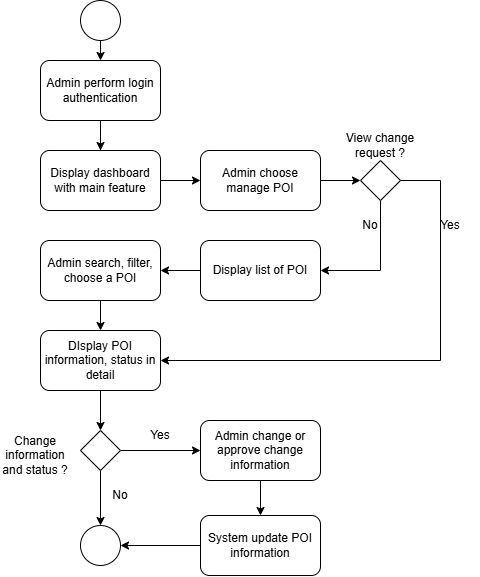
Earlier version of the draw.io export PRD/User story/Diagrams/UC12_activity.png (Noir-Goose/Nhom5_CNPM). Source tidied: cells renumbered, new cells last; positions are measured from the earlier drawing's top-left corner, leaving out a move shared by most shapes.
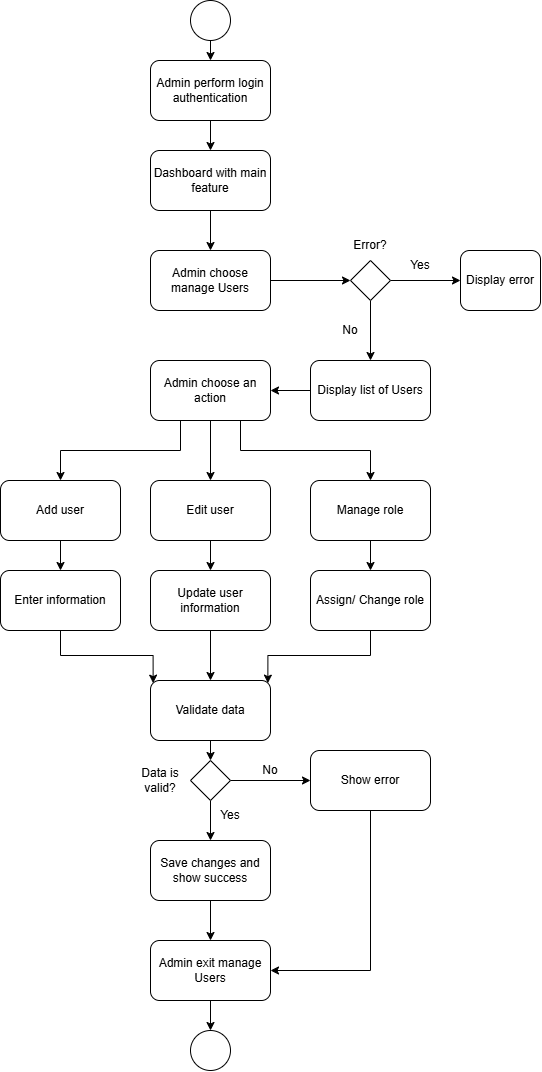
After the commit.

What changed in the source:
```diff
@@ -2,110 +2,149 @@
   <root>
     <mxCell id="0" />
     <mxCell id="1" parent="0" />
-    <mxCell id="2" style="edgeStyle=orthogonalEdgeStyle;rounded=0;jettySize=auto;html=1;exitX=0.5;exitY=1;exitDx=0;exitDy=0;entryX=0.5;entryY=0;entryDx=0;entryDy=0;" parent="1" edge="1" source="3" target="5">
-      <mxGeometry relative="1" as="geometry" />
-    </mxCell>
-    <mxCell id="3" style="ellipse;whiteSpace=wrap;html=1;shapeInside=1;" parent="1" vertex="1">
-      <mxGeometry x="80" width="40" height="40" as="geometry" />
-    </mxCell>
-    <mxCell id="4" style="edgeStyle=orthogonalEdgeStyle;rounded=0;jettySize=auto;html=1;" parent="1" edge="1" source="5" target="6">
-      <mxGeometry relative="1" as="geometry" />
-    </mxCell>
+    <mxCell id="34" style="edgeStyle=orthogonalEdgeStyle;rounded=0;jettySize=auto;html=1;exitX=0.5;exitY=1;exitDx=0;exitDy=0;entryX=0.5;entryY=0;entryDx=0;entryDy=0;" parent="1" edge="1" source="35" target="5">
+      <mxGeometry relative="1" as="geometry" />
+    </mxCell>
+    <mxCell id="35" style="ellipse;whiteSpace=wrap;html=1;shapeInside=1;" parent="1" vertex="1">
+      <mxGeometry x="80" width="40" height="40" as="geometry" />
+    </mxCell>
+    <mxCell id="36" style="edgeStyle=orthogonalEdgeStyle;rounded=0;jettySize=auto;html=1;exitX=0.5;exitY=1;exitDx=0;exitDy=0;entryX=0.5;entryY=0;entryDx=0;entryDy=0;" parent="1" edge="1" source="5" target="38">
+      <mxGeometry relative="1" as="geometry" />
+    </mxCell>
     <mxCell id="5" value="Admin perform login authentication" style="rounded=1;whiteSpace=wrap;html=1;roundedPerimeter=1;" parent="1" vertex="1">
       <mxGeometry x="40" y="60" width="120" height="60" as="geometry" />
     </mxCell>
-    <mxCell id="6" value="Display dashboard with main feature" style="rounded=1;whiteSpace=wrap;html=1;roundedPerimeter=1;" parent="1" vertex="1">
-      <mxGeometry x="40" y="150" width="120" height="60" as="geometry" />
-    </mxCell>
-    <mxCell id="7" style="endArrow=none;html=1;rounded=0;entryX=0.5;entryY=1;entryDx=0;entryDy=0;exitX=0.5;exitY=0;exitDx=0;exitDy=0;endFill=0;" parent="1" edge="1" source="6" target="5">
-      <mxGeometry relative="1" as="geometry" />
-    </mxCell>
-    <mxCell id="8" value="Admin choose manage POI" style="rounded=1;whiteSpace=wrap;html=1;roundedPerimeter=1;" parent="1" vertex="1">
-      <mxGeometry x="200" y="150" width="120" height="60" as="geometry" />
-    </mxCell>
-    <mxCell id="9" style="endArrow=classic;html=1;rounded=0;exitX=1;exitY=0.5;exitDx=0;exitDy=0;entryX=0;entryY=0.5;entryDx=0;entryDy=0;" parent="1" edge="1" source="6" target="8">
-      <mxGeometry relative="1" as="geometry" />
-    </mxCell>
-    <mxCell id="10" value="Display list of POI" style="rounded=1;whiteSpace=wrap;html=1;roundedPerimeter=1;" parent="1" vertex="1">
-      <mxGeometry x="200" y="240" width="120" height="60" as="geometry" />
-    </mxCell>
-    <mxCell id="11" style="endArrow=classic;html=1;rounded=0;exitX=0.5;exitY=1;exitDx=0;exitDy=0;entryX=1;entryY=0.5;entryDx=0;entryDy=0;" parent="1" edge="1" source="28" target="10">
-      <mxGeometry x="0.25" relative="1" as="geometry">
-        <Array as="points">
-          <mxPoint x="380" y="270" />
-        </Array>
-      </mxGeometry>
-    </mxCell>
-    <mxCell id="12" style="edgeStyle=orthogonalEdgeStyle;rounded=0;jettySize=auto;html=1;exitX=0.5;exitY=1;exitDx=0;exitDy=0;entryX=0.5;entryY=0;entryDx=0;entryDy=0;" parent="1" edge="1" source="13" target="14">
-      <mxGeometry relative="1" as="geometry" />
-    </mxCell>
-    <mxCell id="13" value="Admin search, filter, choose a POI" style="rounded=1;whiteSpace=wrap;html=1;roundedPerimeter=1;" parent="1" vertex="1">
-      <mxGeometry x="40" y="240" width="120" height="60" as="geometry" />
-    </mxCell>
-    <mxCell id="14" value="DIsplay POI information, status in detail" style="rounded=1;whiteSpace=wrap;html=1;roundedPerimeter=1;" parent="1" vertex="1">
-      <mxGeometry x="40" y="330" width="120" height="60" as="geometry" />
-    </mxCell>
-    <mxCell id="15" style="endArrow=classic;html=1;rounded=0;exitX=0.5;exitY=1;exitDx=0;exitDy=0;entryX=0.5;entryY=0;entryDx=0;entryDy=0;" parent="1" edge="1" source="14" target="20">
-      <mxGeometry relative="1" as="geometry" />
-    </mxCell>
-    <mxCell id="16" style="edgeStyle=orthogonalEdgeStyle;rounded=0;jettySize=auto;html=1;exitX=0.5;exitY=1;exitDx=0;exitDy=0;entryX=0.5;entryY=0;entryDx=0;entryDy=0;" parent="1" edge="1" source="17" target="24">
-      <mxGeometry relative="1" as="geometry" />
-    </mxCell>
-    <mxCell id="17" value="Admin change or approve change information" style="rounded=1;whiteSpace=wrap;html=1;roundedPerimeter=1;" parent="1" vertex="1">
-      <mxGeometry x="200" y="420" width="120" height="60" as="geometry" />
-    </mxCell>
-    <mxCell id="18" style="edgeStyle=orthogonalEdgeStyle;rounded=0;jettySize=auto;html=1;exitX=1;exitY=0.5;exitDx=0;exitDy=0;entryX=0;entryY=0.5;entryDx=0;entryDy=0;" parent="1" edge="1" source="20" target="17">
-      <mxGeometry relative="1" as="geometry" />
-    </mxCell>
-    <mxCell id="19" style="edgeStyle=orthogonalEdgeStyle;rounded=0;jettySize=auto;html=1;exitX=0.5;exitY=1;exitDx=0;exitDy=0;entryX=0.5;entryY=0;entryDx=0;entryDy=0;" parent="1" edge="1" source="20" target="25">
-      <mxGeometry relative="1" as="geometry" />
-    </mxCell>
-    <mxCell id="20" style="rhombus;whiteSpace=wrap;html=1;shapeInside=1;" parent="1" vertex="1">
-      <mxGeometry x="80" y="430" width="40" height="40" as="geometry" />
-    </mxCell>
-    <mxCell id="21" value="Change information&lt;br&gt;and status ?" style="text;html=1;whiteSpace=wrap;strokeColor=none;fillColor=none;align=center;verticalAlign=middle;rounded=0;" parent="1" vertex="1">
-      <mxGeometry y="440" width="70" height="30" as="geometry" />
-    </mxCell>
-    <mxCell id="22" value="Yes" style="text;html=1;whiteSpace=wrap;strokeColor=none;fillColor=none;align=center;verticalAlign=middle;rounded=0;" parent="1" vertex="1">
-      <mxGeometry x="130" y="420" width="60" height="30" as="geometry" />
-    </mxCell>
-    <mxCell id="23" style="edgeStyle=orthogonalEdgeStyle;rounded=0;jettySize=auto;html=1;exitX=0;exitY=0.5;exitDx=0;exitDy=0;entryX=1;entryY=0.5;entryDx=0;entryDy=0;" parent="1" edge="1" source="24" target="25">
-      <mxGeometry relative="1" as="geometry" />
-    </mxCell>
-    <mxCell id="24" value="System update POI information" style="rounded=1;whiteSpace=wrap;html=1;roundedPerimeter=1;" parent="1" vertex="1">
-      <mxGeometry x="200" y="515" width="120" height="60" as="geometry" />
-    </mxCell>
-    <mxCell id="25" style="ellipse;whiteSpace=wrap;html=1;shapeInside=1;" parent="1" vertex="1">
-      <mxGeometry x="80" y="525" width="40" height="40" as="geometry" />
-    </mxCell>
-    <mxCell id="26" value="No" style="text;html=1;whiteSpace=wrap;strokeColor=none;fillColor=none;align=center;verticalAlign=middle;rounded=0;" parent="1" vertex="1">
-      <mxGeometry x="90" y="480" width="60" height="30" as="geometry" />
-    </mxCell>
-    <mxCell id="27" style="endArrow=classic;html=1;rounded=0;entryX=1;entryY=0.5;entryDx=0;entryDy=0;exitX=0;exitY=0.5;exitDx=0;exitDy=0;" parent="1" edge="1" source="10" target="13">
-      <mxGeometry relative="1" as="geometry" />
-    </mxCell>
-    <mxCell id="28" style="rhombus;whiteSpace=wrap;html=1;shapeInside=1;" parent="1" vertex="1">
-      <mxGeometry x="360" y="160" width="40" height="40" as="geometry" />
-    </mxCell>
-    <mxCell id="29" style="endArrow=classic;html=1;rounded=0;exitX=1;exitY=0.5;exitDx=0;exitDy=0;entryX=0;entryY=0.5;entryDx=0;entryDy=0;" parent="1" edge="1" source="8" target="28">
-      <mxGeometry relative="1" as="geometry" />
-    </mxCell>
-    <mxCell id="30" style="endArrow=classic;html=1;rounded=0;exitX=1;exitY=0.5;exitDx=0;exitDy=0;entryX=1;entryY=0.5;entryDx=0;entryDy=0;" parent="1" edge="1" source="28" target="14">
-      <mxGeometry x="-0.14" relative="1" as="geometry">
-        <Array as="points">
-          <mxPoint x="440" y="180" />
-          <mxPoint x="440" y="360" />
-        </Array>
-      </mxGeometry>
-    </mxCell>
-    <mxCell id="31" value="View change request ?" style="text;html=1;whiteSpace=wrap;strokeColor=none;fillColor=none;align=center;verticalAlign=middle;rounded=0;" parent="1" vertex="1">
-      <mxGeometry x="340" y="130" width="80" height="30" as="geometry" />
-    </mxCell>
-    <mxCell id="32" value="No" style="text;html=1;whiteSpace=wrap;strokeColor=none;fillColor=none;align=center;verticalAlign=middle;rounded=0;" parent="1" vertex="1">
-      <mxGeometry x="340" y="210" width="60" height="30" as="geometry" />
-    </mxCell>
-    <mxCell id="33" value="Yes" style="text;html=1;whiteSpace=wrap;strokeColor=none;fillColor=none;align=center;verticalAlign=middle;rounded=0;" parent="1" vertex="1">
-      <mxGeometry x="420" y="210" width="60" height="30" as="geometry" />
-    </mxCell>
+    <mxCell id="37" style="edgeStyle=orthogonalEdgeStyle;rounded=0;jettySize=auto;html=1;exitX=0.5;exitY=1;exitDx=0;exitDy=0;entryX=0.5;entryY=0;entryDx=0;entryDy=0;" parent="1" edge="1" source="38" target="40">
+      <mxGeometry relative="1" as="geometry" />
+    </mxCell>
+    <mxCell id="38" value="Dashboard with main feature" style="rounded=1;whiteSpace=wrap;html=1;roundedPerimeter=1;" parent="1" vertex="1">
+      <mxGeometry x="40" y="150" width="120" height="60" as="geometry" />
+    </mxCell>
+    <mxCell id="39" style="edgeStyle=orthogonalEdgeStyle;rounded=0;jettySize=auto;html=1;exitX=1;exitY=0.5;exitDx=0;exitDy=0;entryX=0;entryY=0.5;entryDx=0;entryDy=0;" parent="1" edge="1" source="40" target="76">
+      <mxGeometry relative="1" as="geometry" />
+    </mxCell>
+    <mxCell id="40" value="Admin choose manage Users" style="rounded=1;whiteSpace=wrap;html=1;roundedPerimeter=1;" parent="1" vertex="1">
+      <mxGeometry x="40" y="250" width="120" height="60" as="geometry" />
+    </mxCell>
+    <mxCell id="41" style="edgeStyle=orthogonalEdgeStyle;rounded=0;jettySize=auto;html=1;exitX=0;exitY=0.5;exitDx=0;exitDy=0;entryX=1;entryY=0.5;entryDx=0;entryDy=0;" parent="1" edge="1" source="42" target="46">
+      <mxGeometry relative="1" as="geometry" />
+    </mxCell>
+    <mxCell id="42" value="Display list of Users" style="rounded=1;whiteSpace=wrap;html=1;roundedPerimeter=1;" parent="1" vertex="1">
+      <mxGeometry x="200" y="360" width="120" height="60" as="geometry" />
+    </mxCell>
+    <mxCell id="43" style="edgeStyle=orthogonalEdgeStyle;rounded=0;jettySize=auto;html=1;exitX=0.5;exitY=1;exitDx=0;exitDy=0;entryX=0.5;entryY=0;entryDx=0;entryDy=0;" parent="1" edge="1" source="46" target="51">
+      <mxGeometry relative="1" as="geometry" />
+    </mxCell>
+    <mxCell id="44" style="edgeStyle=orthogonalEdgeStyle;rounded=0;jettySize=auto;html=1;exitX=0.75;exitY=1;exitDx=0;exitDy=0;entryX=0.5;entryY=0;entryDx=0;entryDy=0;" parent="1" edge="1" source="46" target="53">
+      <mxGeometry relative="1" as="geometry" />
+    </mxCell>
+    <mxCell id="45" style="edgeStyle=orthogonalEdgeStyle;rounded=0;jettySize=auto;html=1;exitX=0.25;exitY=1;exitDx=0;exitDy=0;entryX=0.5;entryY=0;entryDx=0;entryDy=0;" parent="1" edge="1" source="46" target="49">
+      <mxGeometry relative="1" as="geometry" />
+    </mxCell>
+    <mxCell id="46" value="Admin choose an action" style="rounded=1;whiteSpace=wrap;html=1;roundedPerimeter=1;" parent="1" vertex="1">
+      <mxGeometry x="40" y="360" width="120" height="60" as="geometry" />
+    </mxCell>
+    <mxCell id="47" style="ellipse;whiteSpace=wrap;html=1;shapeInside=1;" parent="1" vertex="1">
+      <mxGeometry x="80" y="1030" width="40" height="40" as="geometry" />
+    </mxCell>
+    <mxCell id="48" style="edgeStyle=orthogonalEdgeStyle;rounded=0;jettySize=auto;html=1;exitX=0.5;exitY=1;exitDx=0;exitDy=0;entryX=0.5;entryY=0;entryDx=0;entryDy=0;" parent="1" edge="1" source="49" target="61">
+      <mxGeometry relative="1" as="geometry" />
+    </mxCell>
+    <mxCell id="49" value="Add user" style="rounded=1;whiteSpace=wrap;html=1;roundedPerimeter=1;" parent="1" vertex="1">
+      <mxGeometry x="-110" y="480" width="120" height="60" as="geometry" />
+    </mxCell>
+    <mxCell id="50" style="edgeStyle=orthogonalEdgeStyle;rounded=0;jettySize=auto;html=1;exitX=0.5;exitY=1;exitDx=0;exitDy=0;entryX=0.5;entryY=0;entryDx=0;entryDy=0;" parent="1" edge="1" source="51" target="55">
+      <mxGeometry relative="1" as="geometry" />
+    </mxCell>
+    <mxCell id="51" value="Edit user" style="rounded=1;whiteSpace=wrap;html=1;roundedPerimeter=1;" parent="1" vertex="1">
+      <mxGeometry x="40" y="480" width="120" height="60" as="geometry" />
+    </mxCell>
+    <mxCell id="52" style="edgeStyle=orthogonalEdgeStyle;rounded=0;jettySize=auto;html=1;exitX=0.5;exitY=1;exitDx=0;exitDy=0;entryX=0.5;entryY=0;entryDx=0;entryDy=0;" parent="1" edge="1" source="53" target="59">
+      <mxGeometry relative="1" as="geometry" />
+    </mxCell>
+    <mxCell id="53" value="Manage role" style="rounded=1;whiteSpace=wrap;html=1;roundedPerimeter=1;" parent="1" vertex="1">
+      <mxGeometry x="200" y="480" width="120" height="60" as="geometry" />
+    </mxCell>
+    <mxCell id="54" style="edgeStyle=orthogonalEdgeStyle;rounded=0;jettySize=auto;html=1;exitX=0.5;exitY=1;exitDx=0;exitDy=0;entryX=0.5;entryY=0;entryDx=0;entryDy=0;" parent="1" edge="1" source="55" target="57">
+      <mxGeometry relative="1" as="geometry" />
+    </mxCell>
+    <mxCell id="55" value="Update user information" style="rounded=1;whiteSpace=wrap;html=1;roundedPerimeter=1;" parent="1" vertex="1">
+      <mxGeometry x="40" y="570" width="120" height="60" as="geometry" />
+    </mxCell>
+    <mxCell id="56" style="edgeStyle=orthogonalEdgeStyle;rounded=0;jettySize=auto;html=1;exitX=0.5;exitY=1;exitDx=0;exitDy=0;entryX=0.5;entryY=0;entryDx=0;entryDy=0;" parent="1" edge="1" source="57" target="64">
+      <mxGeometry relative="1" as="geometry" />
+    </mxCell>
+    <mxCell id="57" value="Validate data" style="rounded=1;whiteSpace=wrap;html=1;roundedPerimeter=1;" parent="1" vertex="1">
+      <mxGeometry x="40" y="680" width="120" height="60" as="geometry" />
+    </mxCell>
+    <mxCell id="58" style="edgeStyle=orthogonalEdgeStyle;rounded=0;jettySize=auto;html=1;exitX=0.5;exitY=1;exitDx=0;exitDy=0;entryX=1;entryY=0;entryDx=0;entryDy=0;" parent="1" edge="1" source="59" target="57">
+      <mxGeometry relative="1" as="geometry" />
+    </mxCell>
+    <mxCell id="59" value="Assign/ Change role" style="rounded=1;whiteSpace=wrap;html=1;roundedPerimeter=1;" parent="1" vertex="1">
+      <mxGeometry x="200" y="570" width="120" height="60" as="geometry" />
+    </mxCell>
+    <mxCell id="60" style="edgeStyle=orthogonalEdgeStyle;rounded=0;jettySize=auto;html=1;exitX=0.5;exitY=1;exitDx=0;exitDy=0;entryX=0;entryY=0;entryDx=0;entryDy=0;" parent="1" edge="1" source="61" target="57">
+      <mxGeometry relative="1" as="geometry" />
+    </mxCell>
+    <mxCell id="61" value="Enter information" style="rounded=1;whiteSpace=wrap;html=1;roundedPerimeter=1;" parent="1" vertex="1">
+      <mxGeometry x="-110" y="570" width="120" height="60" as="geometry" />
+    </mxCell>
+    <mxCell id="62" style="edgeStyle=orthogonalEdgeStyle;rounded=0;jettySize=auto;html=1;exitX=0.5;exitY=1;exitDx=0;exitDy=0;entryX=0.5;entryY=0;entryDx=0;entryDy=0;" parent="1" edge="1" source="64" target="69">
+      <mxGeometry relative="1" as="geometry" />
+    </mxCell>
+    <mxCell id="63" style="edgeStyle=orthogonalEdgeStyle;rounded=0;jettySize=auto;html=1;exitX=1;exitY=0.5;exitDx=0;exitDy=0;entryX=0;entryY=0.5;entryDx=0;entryDy=0;" parent="1" edge="1" source="64" target="67">
+      <mxGeometry relative="1" as="geometry" />
+    </mxCell>
+    <mxCell id="64" style="rhombus;whiteSpace=wrap;html=1;shapeInside=1;" parent="1" vertex="1">
+      <mxGeometry x="80" y="760" width="40" height="40" as="geometry" />
+    </mxCell>
+    <mxCell id="65" value="Data is valid?" style="text;html=1;whiteSpace=wrap;strokeColor=none;fillColor=none;align=center;verticalAlign=middle;rounded=0;" parent="1" vertex="1">
+      <mxGeometry x="20" y="765" width="60" height="30" as="geometry" />
+    </mxCell>
+    <mxCell id="66" style="edgeStyle=orthogonalEdgeStyle;rounded=0;jettySize=auto;html=1;exitX=0.5;exitY=1;exitDx=0;exitDy=0;entryX=1;entryY=0.5;entryDx=0;entryDy=0;" parent="1" edge="1" source="67" target="73">
+      <mxGeometry relative="1" as="geometry" />
+    </mxCell>
+    <mxCell id="67" value="Show error" style="rounded=1;whiteSpace=wrap;html=1;roundedPerimeter=1;" parent="1" vertex="1">
+      <mxGeometry x="200" y="750" width="120" height="60" as="geometry" />
+    </mxCell>
+    <mxCell id="68" style="edgeStyle=orthogonalEdgeStyle;rounded=0;jettySize=auto;html=1;exitX=0.5;exitY=1;exitDx=0;exitDy=0;entryX=0.5;entryY=0;entryDx=0;entryDy=0;" parent="1" edge="1" source="69" target="73">
+      <mxGeometry relative="1" as="geometry" />
+    </mxCell>
+    <mxCell id="69" value="Save changes and show success" style="rounded=1;whiteSpace=wrap;html=1;roundedPerimeter=1;" parent="1" vertex="1">
+      <mxGeometry x="40" y="840" width="120" height="60" as="geometry" />
+    </mxCell>
+    <mxCell id="70" value="Yes" style="text;html=1;whiteSpace=wrap;strokeColor=none;fillColor=none;align=center;verticalAlign=middle;rounded=0;" parent="1" vertex="1">
+      <mxGeometry x="90" y="800" width="60" height="30" as="geometry" />
+    </mxCell>
+    <mxCell id="71" value="No" style="text;html=1;whiteSpace=wrap;strokeColor=none;fillColor=none;align=center;verticalAlign=middle;rounded=0;" parent="1" vertex="1">
+      <mxGeometry x="130" y="755" width="60" height="30" as="geometry" />
+    </mxCell>
+    <mxCell id="72" style="edgeStyle=orthogonalEdgeStyle;rounded=0;jettySize=auto;html=1;exitX=0.5;exitY=1;exitDx=0;exitDy=0;entryX=0.5;entryY=0;entryDx=0;entryDy=0;" parent="1" edge="1" source="73" target="47">
+      <mxGeometry relative="1" as="geometry" />
+    </mxCell>
+    <mxCell id="73" value="Admin exit manage Users" style="rounded=1;whiteSpace=wrap;html=1;roundedPerimeter=1;" parent="1" vertex="1">
+      <mxGeometry x="40" y="940" width="120" height="60" as="geometry" />
+    </mxCell>
+    <mxCell id="74" style="edgeStyle=orthogonalEdgeStyle;rounded=0;jettySize=auto;html=1;exitX=0.5;exitY=1;exitDx=0;exitDy=0;entryX=0.5;entryY=0;entryDx=0;entryDy=0;" parent="1" edge="1" source="76" target="42">
+      <mxGeometry relative="1" as="geometry" />
+    </mxCell>
+    <mxCell id="75" style="edgeStyle=orthogonalEdgeStyle;rounded=0;jettySize=auto;html=1;exitX=1;exitY=0.5;exitDx=0;exitDy=0;entryX=0;entryY=0.5;entryDx=0;entryDy=0;" parent="1" edge="1" source="76" target="77">
+      <mxGeometry relative="1" as="geometry" />
+    </mxCell>
+    <mxCell id="76" style="rhombus;whiteSpace=wrap;html=1;shapeInside=1;" parent="1" vertex="1">
+      <mxGeometry x="240" y="260" width="40" height="40" as="geometry" />
+    </mxCell>
+    <mxCell id="77" value="Display error" style="rounded=1;whiteSpace=wrap;html=1;roundedPerimeter=1;" parent="1" vertex="1">
+      <mxGeometry x="350" y="250" width="80" height="60" as="geometry" />
+    </mxCell>
+    <mxCell id="78" value="Error?" style="text;html=1;whiteSpace=wrap;strokeColor=none;fillColor=none;align=center;verticalAlign=middle;rounded=0;" parent="1" vertex="1">
+      <mxGeometry x="230" y="230" width="60" height="30" as="geometry" />
+    </mxCell>
+    <mxCell id="79" value="Yes" style="text;html=1;whiteSpace=wrap;strokeColor=none;fillColor=none;align=center;verticalAlign=middle;rounded=0;" parent="1" vertex="1">
+      <mxGeometry x="280" y="250" width="60" height="30" as="geometry" />
+    </mxCell>
+    <mxCell id="80" value="No" style="text;html=1;whiteSpace=wrap;strokeColor=none;fillColor=none;align=center;verticalAlign=middle;rounded=0;" parent="1" vertex="1">
+      <mxGeometry x="210" y="315" width="60" height="30" as="geometry" />
+    </mxCell>
   </root>
 </mxGraphModel>
```
